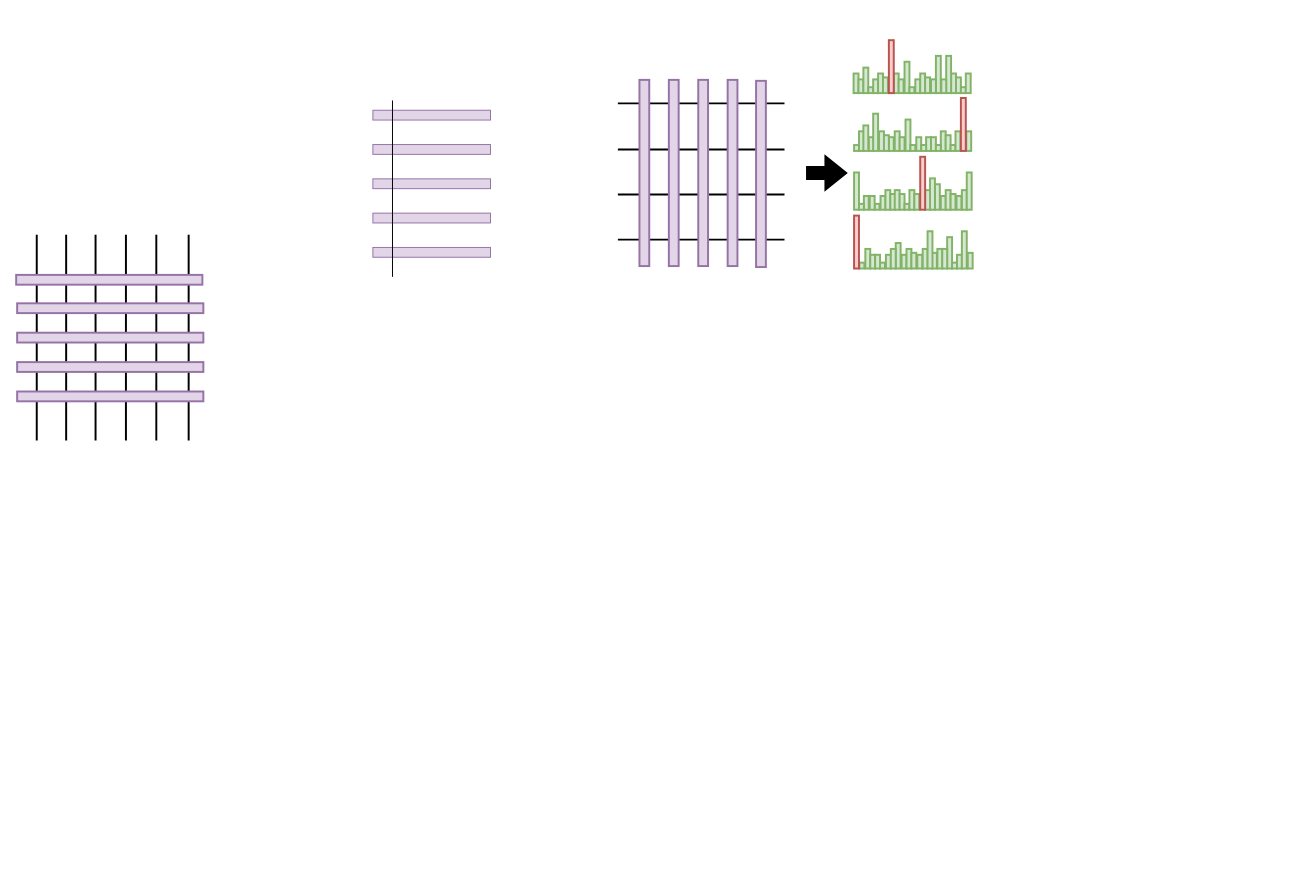
Above: 复杂.drawio in chenjgui/Flow-chat (draw.io), before the change. Source tidied: cells renumbered, new cells numbered last; positions are measured from the earlier drawing's top-left corner, leaving out a move shared by most shapes. Both pictures are drawn from the tidied source at 98%, with x=0, y=0 at pixel (-39, 64).
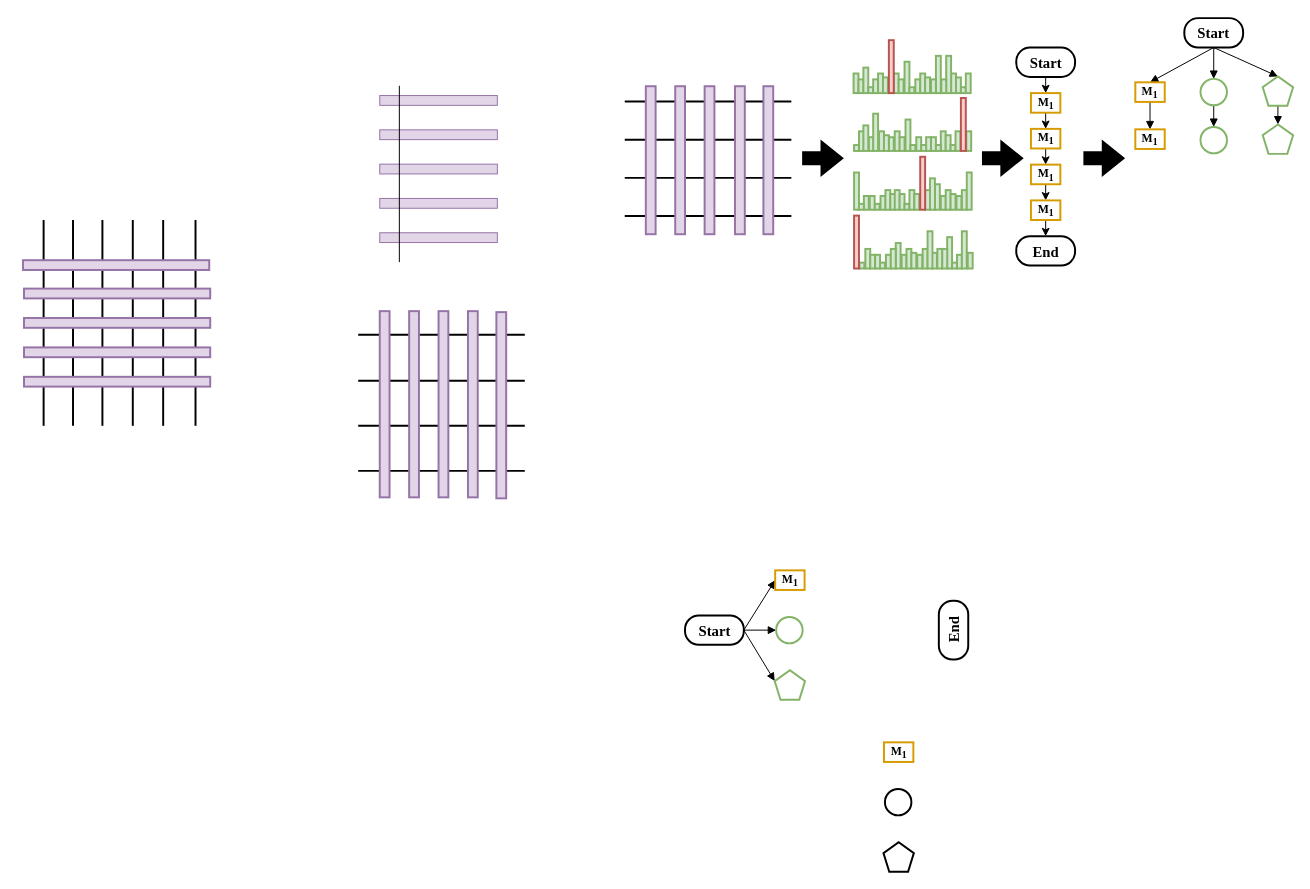
After the change.

Change to the diagram source:
```diff
@@
     <mxCell id="2" style="rounded=0;whiteSpace=wrap;html=1;fillColor=#e1d5e7;strokeColor=#9673a6;" parent="1" vertex="1">
-      <mxGeometry x="420" y="47" width="120" height="10" as="geometry" />
+      <mxGeometry x="427" y="32" width="120" height="10" as="geometry" />
     </mxCell>
     <mxCell id="3" style="rounded=0;whiteSpace=wrap;html=1;fillColor=#e1d5e7;strokeColor=#9673a6;" parent="1" vertex="1">
-      <mxGeometry x="420" y="82" width="120" height="10" as="geometry" />
+      <mxGeometry x="427" y="67" width="120" height="10" as="geometry" />
     </mxCell>
     <mxCell id="4" style="rounded=0;whiteSpace=wrap;html=1;fillColor=#e1d5e7;strokeColor=#9673a6;" parent="1" vertex="1">
-      <mxGeometry x="420" y="117" width="120" height="10" as="geometry" />
+      <mxGeometry x="427" y="102" width="120" height="10" as="geometry" />
     </mxCell>
     <mxCell id="5" style="rounded=0;whiteSpace=wrap;html=1;fillColor=#e1d5e7;strokeColor=#9673a6;" parent="1" vertex="1">
-      <mxGeometry x="420" y="152" width="120" height="10" as="geometry" />
+      <mxGeometry x="427" y="137" width="120" height="10" as="geometry" />
     </mxCell>
     <mxCell id="6" style="rounded=0;whiteSpace=wrap;html=1;fillColor=#e1d5e7;strokeColor=#9673a6;" parent="1" vertex="1">
-      <mxGeometry x="420" y="187" width="120" height="10" as="geometry" />
+      <mxGeometry x="427" y="172" width="120" height="10" as="geometry" />
     </mxCell>
     <mxCell id="7" style="endArrow=none;html=1;" parent="1" edge="1">
       <mxGeometry relative="1" as="geometry">
-        <mxPoint x="440" y="217" as="sourcePoint" />
-        <mxPoint x="440" y="37" as="targetPoint" />
+        <mxPoint x="447" y="202" as="sourcePoint" />
+        <mxPoint x="447" y="22" as="targetPoint" />
       </mxGeometry>
     </mxCell>
     <mxCell id="8" style="group;rotation=90;" parent="1" vertex="1">
-      <mxGeometry y="202" width="309" height="155" as="geometry" />
+      <mxGeometry x="7" y="187" width="309" height="155" as="geometry" />
     </mxCell>
@@
     <mxCell id="20" style="endArrow=none;html=1;strokeWidth=2;" parent="1" edge="1">
       <mxGeometry relative="1" as="geometry">
-        <mxPoint x="840" y="40" as="sourcePoint" />
-        <mxPoint x="670" y="40" as="targetPoint" />
+        <mxPoint x="847" y="38" as="sourcePoint" />
+        <mxPoint x="677" y="38" as="targetPoint" />
       </mxGeometry>
     </mxCell>
     <mxCell id="21" style="endArrow=none;html=1;strokeWidth=2;" parent="1" edge="1">
       <mxGeometry relative="1" as="geometry">
-        <mxPoint x="840" y="87" as="sourcePoint" />
-        <mxPoint x="670" y="87" as="targetPoint" />
+        <mxPoint x="847" y="77" as="sourcePoint" />
+        <mxPoint x="677" y="77" as="targetPoint" />
       </mxGeometry>
     </mxCell>
     <mxCell id="22" style="endArrow=none;html=1;strokeWidth=2;" parent="1" edge="1">
       <mxGeometry relative="1" as="geometry">
-        <mxPoint x="840" y="133" as="sourcePoint" />
-        <mxPoint x="670" y="133" as="targetPoint" />
+        <mxPoint x="847" y="116" as="sourcePoint" />
+        <mxPoint x="677" y="116" as="targetPoint" />
       </mxGeometry>
     </mxCell>
     <mxCell id="23" style="endArrow=none;html=1;strokeWidth=2;" parent="1" edge="1">
       <mxGeometry relative="1" as="geometry">
-        <mxPoint x="840" y="179" as="sourcePoint" />
-        <mxPoint x="670" y="179" as="targetPoint" />
+        <mxPoint x="847" y="155" as="sourcePoint" />
+        <mxPoint x="677" y="155" as="targetPoint" />
       </mxGeometry>
     </mxCell>
     <mxCell id="24" style="rounded=0;whiteSpace=wrap;html=1;fillColor=#e1d5e7;strokeColor=#9673a6;rotation=-90;strokeWidth=2;" parent="1" vertex="1">
-      <mxGeometry x="602" y="106" width="190" height="10" as="geometry" />
+      <mxGeometry x="628" y="93" width="151" height="10" as="geometry" />
     </mxCell>
     <mxCell id="25" style="rounded=0;whiteSpace=wrap;html=1;fillColor=#e1d5e7;strokeColor=#9673a6;rotation=-90;strokeWidth=2;" parent="1" vertex="1">
-      <mxGeometry x="632" y="106" width="190" height="10" as="geometry" />
+      <mxGeometry x="658" y="93" width="151" height="10" as="geometry" />
     </mxCell>
     <mxCell id="26" style="rounded=0;whiteSpace=wrap;html=1;fillColor=#e1d5e7;strokeColor=#9673a6;rotation=-90;strokeWidth=2;" parent="1" vertex="1">
-      <mxGeometry x="662" y="106" width="190" height="10" as="geometry" />
+      <mxGeometry x="688" y="93" width="151" height="10" as="geometry" />
     </mxCell>
     <mxCell id="27" style="rounded=0;whiteSpace=wrap;html=1;fillColor=#e1d5e7;strokeColor=#9673a6;rotation=-90;strokeWidth=2;" parent="1" vertex="1">
-      <mxGeometry x="692" y="106" width="190" height="10" as="geometry" />
+      <mxGeometry x="719" y="93" width="151" height="10" as="geometry" />
     </mxCell>
     <mxCell id="28" style="rounded=0;whiteSpace=wrap;html=1;fillColor=#e1d5e7;strokeColor=#9673a6;rotation=-90;strokeWidth=2;" parent="1" vertex="1">
-      <mxGeometry x="721" y="107" width="190" height="10" as="geometry" />
+      <mxGeometry x="748" y="93" width="151" height="10" as="geometry" />
     </mxCell>
     <mxCell id="29" style="shape=singleArrow;whiteSpace=wrap;html=1;arrowWidth=0.3633217993079607;arrowSize=0.530882352941164;strokeWidth=2;fillColor=#000000;strokeColor=#000000;" parent="1" vertex="1">
-      <mxGeometry x="863" y="94" width="40" height="34" as="geometry" />
+      <mxGeometry x="859" y="79" width="40" height="34" as="geometry" />
     </mxCell>
@@
+    <mxCell id="122" style="shape=singleArrow;whiteSpace=wrap;html=1;arrowWidth=0.3633217993079607;arrowSize=0.530882352941164;strokeWidth=2;fillColor=#000000;strokeColor=#000000;" parent="1" vertex="1">
+      <mxGeometry x="1042.5" y="79" width="40" height="34" as="geometry" />
+    </mxCell>
+    <mxCell id="123" style="edgeStyle=orthogonalEdgeStyle;rounded=0;jettySize=auto;html=1;exitX=0.5;exitY=1;exitDx=0;exitDy=0;entryX=0.5;entryY=0;entryDx=0;entryDy=0;" parent="1" edge="1" source="124" target="132">
+      <mxGeometry relative="1" as="geometry" />
+    </mxCell>
+    <mxCell id="124" value="&lt;font style=&quot;font-size: 15px&quot; face=&quot;Times New Roman&quot;&gt;Start&lt;/font&gt;" style="rounded=1;whiteSpace=wrap;html=1;arcSize=47;strokeWidth=2;fontStyle=1;" parent="1" vertex="1">
+      <mxGeometry x="1076.5" y="-17" width="60" height="30" as="geometry" />
+    </mxCell>
+    <mxCell id="125" style="edgeStyle=orthogonalEdgeStyle;rounded=0;jettySize=auto;html=1;exitX=0.5;exitY=1;exitDx=0;exitDy=0;entryX=0.5;entryY=0;entryDx=0;entryDy=0;" parent="1" edge="1" source="126" target="128">
+      <mxGeometry relative="1" as="geometry" />
+    </mxCell>
+    <mxCell id="126" value="&lt;font face=&quot;Times New Roman&quot;&gt;M&lt;sub&gt;1&lt;/sub&gt;&lt;/font&gt;" style="rounded=0;whiteSpace=wrap;html=1;fillColor=#FFFFFF;strokeColor=#d79b00;strokeWidth=2;fontStyle=1;" parent="1" vertex="1">
+      <mxGeometry x="1091.5" y="66" width="30" height="20" as="geometry" />
+    </mxCell>
+    <mxCell id="127" style="edgeStyle=orthogonalEdgeStyle;rounded=0;jettySize=auto;html=1;exitX=0.5;exitY=1;exitDx=0;exitDy=0;entryX=0.5;entryY=0;entryDx=0;entryDy=0;" parent="1" edge="1" source="128" target="130">
+      <mxGeometry relative="1" as="geometry" />
+    </mxCell>
+    <mxCell id="128" value="&lt;font face=&quot;Times New Roman&quot;&gt;M&lt;sub&gt;1&lt;/sub&gt;&lt;/font&gt;" style="rounded=0;whiteSpace=wrap;html=1;fillColor=#FFFFFF;strokeColor=#d79b00;strokeWidth=2;fontStyle=1;" parent="1" vertex="1">
+      <mxGeometry x="1091.5" y="102.5" width="30" height="20" as="geometry" />
+    </mxCell>
+    <mxCell id="129" style="edgeStyle=orthogonalEdgeStyle;rounded=0;jettySize=auto;html=1;exitX=0.5;exitY=1;exitDx=0;exitDy=0;entryX=0.5;entryY=0;entryDx=0;entryDy=0;" parent="1" edge="1" source="130" target="133">
+      <mxGeometry relative="1" as="geometry" />
+    </mxCell>
+    <mxCell id="130" value="&lt;font face=&quot;Times New Roman&quot;&gt;M&lt;sub&gt;1&lt;/sub&gt;&lt;/font&gt;" style="rounded=0;whiteSpace=wrap;html=1;fillColor=#FFFFFF;strokeColor=#d79b00;strokeWidth=2;fontStyle=1;" parent="1" vertex="1">
+      <mxGeometry x="1091.5" y="139" width="30" height="20" as="geometry" />
+    </mxCell>
+    <mxCell id="131" style="edgeStyle=orthogonalEdgeStyle;rounded=0;jettySize=auto;html=1;exitX=0.5;exitY=1;exitDx=0;exitDy=0;entryX=0.5;entryY=0;entryDx=0;entryDy=0;" parent="1" edge="1" source="132" target="126">
+      <mxGeometry relative="1" as="geometry" />
+    </mxCell>
+    <mxCell id="132" value="&lt;font face=&quot;Times New Roman&quot;&gt;M&lt;sub&gt;1&lt;/sub&gt;&lt;/font&gt;" style="rounded=0;whiteSpace=wrap;html=1;fillColor=#FFFFFF;strokeColor=#d79b00;strokeWidth=2;fontStyle=1;" parent="1" vertex="1">
+      <mxGeometry x="1091.5" y="29.5" width="30" height="20" as="geometry" />
+    </mxCell>
+    <mxCell id="133" value="&lt;font style=&quot;font-size: 15px&quot; face=&quot;Times New Roman&quot;&gt;End&lt;/font&gt;" style="rounded=1;whiteSpace=wrap;html=1;arcSize=47;strokeWidth=2;fontStyle=1;" parent="1" vertex="1">
+      <mxGeometry x="1076.5" y="175.5" width="60" height="30" as="geometry" />
+    </mxCell>
+    <mxCell id="134" style="endArrow=none;html=1;strokeWidth=2;" parent="1" edge="1">
+      <mxGeometry relative="1" as="geometry">
+        <mxPoint x="575" y="276" as="sourcePoint" />
+        <mxPoint x="405" y="276" as="targetPoint" />
+      </mxGeometry>
+    </mxCell>
+    <mxCell id="135" style="endArrow=none;html=1;strokeWidth=2;" parent="1" edge="1">
+      <mxGeometry relative="1" as="geometry">
+        <mxPoint x="575" y="323" as="sourcePoint" />
+        <mxPoint x="405" y="323" as="targetPoint" />
+      </mxGeometry>
+    </mxCell>
+    <mxCell id="136" style="endArrow=none;html=1;strokeWidth=2;" parent="1" edge="1">
+      <mxGeometry relative="1" as="geometry">
+        <mxPoint x="575" y="369" as="sourcePoint" />
+        <mxPoint x="405" y="369" as="targetPoint" />
+      </mxGeometry>
+    </mxCell>
+    <mxCell id="137" style="endArrow=none;html=1;strokeWidth=2;" parent="1" edge="1">
+      <mxGeometry relative="1" as="geometry">
+        <mxPoint x="575" y="415" as="sourcePoint" />
+        <mxPoint x="405" y="415" as="targetPoint" />
+      </mxGeometry>
+    </mxCell>
+    <mxCell id="138" style="rounded=0;whiteSpace=wrap;html=1;fillColor=#e1d5e7;strokeColor=#9673a6;rotation=-90;strokeWidth=2;" parent="1" vertex="1">
+      <mxGeometry x="337" y="342" width="190" height="10" as="geometry" />
+    </mxCell>
+    <mxCell id="139" style="rounded=0;whiteSpace=wrap;html=1;fillColor=#e1d5e7;strokeColor=#9673a6;rotation=-90;strokeWidth=2;" parent="1" vertex="1">
+      <mxGeometry x="367" y="342" width="190" height="10" as="geometry" />
+    </mxCell>
+    <mxCell id="140" style="rounded=0;whiteSpace=wrap;html=1;fillColor=#e1d5e7;strokeColor=#9673a6;rotation=-90;strokeWidth=2;" parent="1" vertex="1">
+      <mxGeometry x="397" y="342" width="190" height="10" as="geometry" />
+    </mxCell>
+    <mxCell id="141" style="rounded=0;whiteSpace=wrap;html=1;fillColor=#e1d5e7;strokeColor=#9673a6;rotation=-90;strokeWidth=2;" parent="1" vertex="1">
+      <mxGeometry x="427" y="342" width="190" height="10" as="geometry" />
+    </mxCell>
+    <mxCell id="142" style="rounded=0;whiteSpace=wrap;html=1;fillColor=#e1d5e7;strokeColor=#9673a6;rotation=-90;strokeWidth=2;" parent="1" vertex="1">
+      <mxGeometry x="456" y="343" width="190" height="10" as="geometry" />
+    </mxCell>
+    <mxCell id="143" style="shape=singleArrow;whiteSpace=wrap;html=1;arrowWidth=0.3633217993079607;arrowSize=0.530882352941164;strokeWidth=2;fillColor=#000000;strokeColor=#000000;" parent="1" vertex="1">
+      <mxGeometry x="1146" y="79" width="40" height="34" as="geometry" />
+    </mxCell>
+    <mxCell id="144" style="rounded=0;jettySize=auto;html=1;entryX=0;entryY=0.5;entryDx=0;entryDy=0;endArrow=block;endFill=1;exitX=1;exitY=0.5;exitDx=0;exitDy=0;" parent="1" edge="1" source="147" target="152">
+      <mxGeometry relative="1" as="geometry" />
+    </mxCell>
+    <mxCell id="145" style="edgeStyle=none;rounded=0;jettySize=auto;html=1;exitX=1;exitY=0.5;exitDx=0;exitDy=0;entryX=0;entryY=0.5;entryDx=0;entryDy=0;endArrow=block;endFill=1;" parent="1" edge="1" source="147" target="153">
+      <mxGeometry relative="1" as="geometry" />
+    </mxCell>
+    <mxCell id="146" style="edgeStyle=none;rounded=0;jettySize=auto;html=1;exitX=1;exitY=0.5;exitDx=0;exitDy=0;entryX=0;entryY=0.365;entryDx=0;entryDy=0;entryPerimeter=0;endArrow=block;endFill=1;" parent="1" edge="1" source="147" target="154">
+      <mxGeometry relative="1" as="geometry" />
+    </mxCell>
+    <mxCell id="147" value="&lt;font style=&quot;font-size: 15px&quot; face=&quot;Times New Roman&quot;&gt;Start&lt;/font&gt;" style="rounded=1;whiteSpace=wrap;html=1;arcSize=47;strokeWidth=2;fontStyle=1;rotation=0;" parent="1" vertex="1">
+      <mxGeometry x="738.5" y="562.5" width="60" height="30" as="geometry" />
+    </mxCell>
+    <mxCell id="148" value="&lt;font face=&quot;Times New Roman&quot;&gt;M&lt;sub&gt;1&lt;/sub&gt;&lt;/font&gt;" style="rounded=0;whiteSpace=wrap;html=1;fillColor=#FFFFFF;strokeColor=#d79b00;strokeWidth=2;fontStyle=1;rotation=0;" parent="1" vertex="1">
+      <mxGeometry x="941.5" y="692" width="30" height="20" as="geometry" />
+    </mxCell>
+    <mxCell id="149" value="&lt;font style=&quot;font-size: 15px&quot; face=&quot;Times New Roman&quot;&gt;End&lt;/font&gt;" style="rounded=1;whiteSpace=wrap;html=1;arcSize=47;strokeWidth=2;fontStyle=1;rotation=-90;" parent="1" vertex="1">
+      <mxGeometry x="982.5" y="562.5" width="60" height="30" as="geometry" />
+    </mxCell>
+    <mxCell id="150" style="ellipse;whiteSpace=wrap;html=1;strokeWidth=2;fillColor=#FFFFFF;" parent="1" vertex="1">
+      <mxGeometry x="942.5" y="739.5" width="27" height="27" as="geometry" />
+    </mxCell>
+    <mxCell id="151" style="whiteSpace=wrap;html=1;shape=mxgraph.basic.pentagon;strokeWidth=2;fillColor=#FFFFFF;" parent="1" vertex="1">
+      <mxGeometry x="941" y="794" width="31" height="30" as="geometry" />
+    </mxCell>
+    <mxCell id="152" value="&lt;font face=&quot;Times New Roman&quot;&gt;M&lt;sub&gt;1&lt;/sub&gt;&lt;/font&gt;" style="rounded=0;whiteSpace=wrap;html=1;fillColor=#FFFFFF;strokeColor=#d79b00;strokeWidth=2;fontStyle=1;rotation=0;" parent="1" vertex="1">
+      <mxGeometry x="830.5" y="516.5" width="30" height="20" as="geometry" />
+    </mxCell>
+    <mxCell id="153" style="ellipse;whiteSpace=wrap;html=1;strokeWidth=2;fillColor=#FFFFFF;strokeColor=#82b366;" parent="1" vertex="1">
+      <mxGeometry x="831.5" y="564" width="27" height="27" as="geometry" />
+    </mxCell>
+    <mxCell id="154" style="whiteSpace=wrap;html=1;shape=mxgraph.basic.pentagon;strokeWidth=2;fillColor=#FFFFFF;strokeColor=#82B366;" parent="1" vertex="1">
+      <mxGeometry x="830" y="618.5" width="31" height="30" as="geometry" />
+    </mxCell>
+    <mxCell id="155" style="edgeStyle=none;rounded=0;jettySize=auto;html=1;exitX=0.5;exitY=1;exitDx=0;exitDy=0;entryX=0.5;entryY=0;entryDx=0;entryDy=0;endArrow=block;endFill=1;" parent="1" edge="1" source="158" target="162">
+      <mxGeometry relative="1" as="geometry" />
+    </mxCell>
+    <mxCell id="156" style="edgeStyle=none;rounded=0;jettySize=auto;html=1;exitX=0.5;exitY=1;exitDx=0;exitDy=0;entryX=0.5;entryY=0;entryDx=0;entryDy=0;endArrow=block;endFill=1;" parent="1" edge="1" source="158" target="160">
+      <mxGeometry relative="1" as="geometry" />
+    </mxCell>
+    <mxCell id="157" style="edgeStyle=none;rounded=0;jettySize=auto;html=1;exitX=0.5;exitY=1;exitDx=0;exitDy=0;entryX=0.5;entryY=0;entryDx=0;entryDy=0;entryPerimeter=0;endArrow=block;endFill=1;" parent="1" edge="1" source="158" target="164">
+      <mxGeometry relative="1" as="geometry" />
+    </mxCell>
+    <mxCell id="158" value="&lt;font style=&quot;font-size: 15px&quot; face=&quot;Times New Roman&quot;&gt;Start&lt;/font&gt;" style="rounded=1;whiteSpace=wrap;html=1;arcSize=47;strokeWidth=2;fontStyle=1;rotation=0;" parent="1" vertex="1">
+      <mxGeometry x="1248" y="-47" width="60" height="30" as="geometry" />
+    </mxCell>
+    <mxCell id="159" style="edgeStyle=none;rounded=0;jettySize=auto;html=1;exitX=0.5;exitY=1;exitDx=0;exitDy=0;entryX=0.5;entryY=0;entryDx=0;entryDy=0;endArrow=block;endFill=1;" parent="1" edge="1" source="160" target="165">
+      <mxGeometry relative="1" as="geometry" />
+    </mxCell>
+    <mxCell id="160" value="&lt;font face=&quot;Times New Roman&quot;&gt;M&lt;sub&gt;1&lt;/sub&gt;&lt;/font&gt;" style="rounded=0;whiteSpace=wrap;html=1;fillColor=#FFFFFF;strokeColor=#d79b00;strokeWidth=2;fontStyle=1;rotation=0;" parent="1" vertex="1">
+      <mxGeometry x="1198" y="18.5" width="30" height="20" as="geometry" />
+    </mxCell>
+    <mxCell id="161" style="edgeStyle=none;rounded=0;jettySize=auto;html=1;exitX=0.5;exitY=1;exitDx=0;exitDy=0;endArrow=block;endFill=1;" parent="1" edge="1" source="162" target="166">
+      <mxGeometry relative="1" as="geometry" />
+    </mxCell>
+    <mxCell id="162" style="ellipse;whiteSpace=wrap;html=1;strokeWidth=2;fillColor=#FFFFFF;strokeColor=#82b366;" parent="1" vertex="1">
+      <mxGeometry x="1264.5" y="15" width="27" height="27" as="geometry" />
+    </mxCell>
+    <mxCell id="163" style="edgeStyle=none;rounded=0;jettySize=auto;html=1;endArrow=block;endFill=1;" parent="1" edge="1" source="164" target="167">
+      <mxGeometry relative="1" as="geometry" />
+    </mxCell>
+    <mxCell id="164" style="whiteSpace=wrap;html=1;shape=mxgraph.basic.pentagon;strokeWidth=2;fillColor=#FFFFFF;strokeColor=#82B366;" parent="1" vertex="1">
+      <mxGeometry x="1328" y="12.5" width="31" height="30" as="geometry" />
+    </mxCell>
+    <mxCell id="165" value="&lt;font face=&quot;Times New Roman&quot;&gt;M&lt;sub&gt;1&lt;/sub&gt;&lt;/font&gt;" style="rounded=0;whiteSpace=wrap;html=1;fillColor=#FFFFFF;strokeColor=#d79b00;strokeWidth=2;fontStyle=1;rotation=0;" parent="1" vertex="1">
+      <mxGeometry x="1198" y="66.5" width="30" height="20" as="geometry" />
+    </mxCell>
+    <mxCell id="166" style="ellipse;whiteSpace=wrap;html=1;strokeWidth=2;fillColor=#FFFFFF;strokeColor=#82b366;" parent="1" vertex="1">
+      <mxGeometry x="1264.5" y="64" width="27" height="27" as="geometry" />
+    </mxCell>
+    <mxCell id="167" style="whiteSpace=wrap;html=1;shape=mxgraph.basic.pentagon;strokeWidth=2;fillColor=#FFFFFF;strokeColor=#82B366;" parent="1" vertex="1">
+      <mxGeometry x="1328" y="61.5" width="31" height="30" as="geometry" />
+    </mxCell>
```
